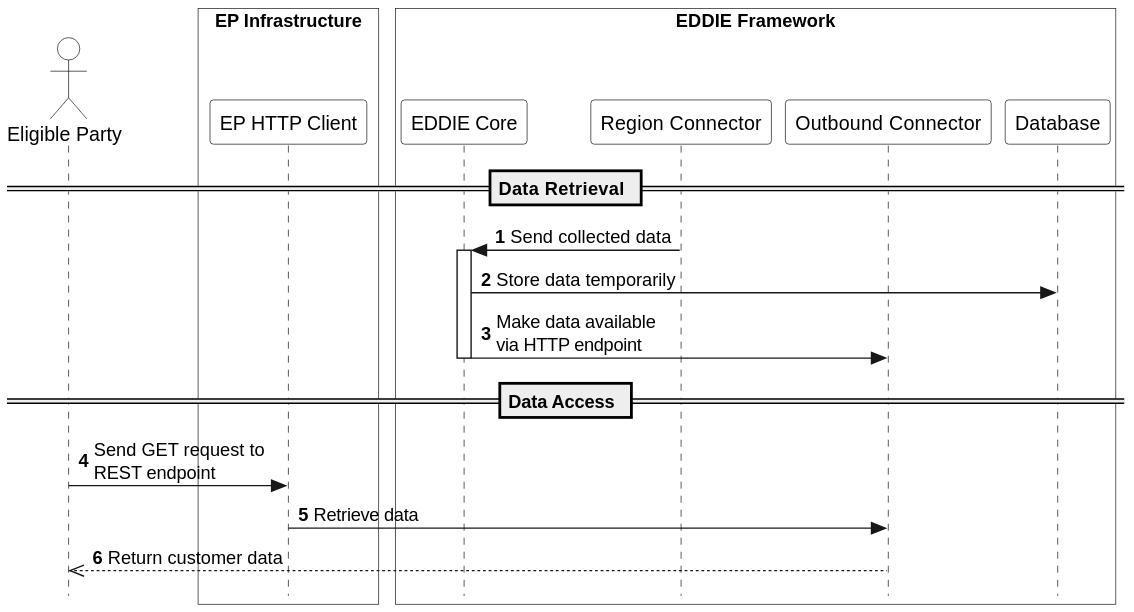
Above: arc42/eddie-framework/runtime-view/figures/eddie-framework-collect-data-http.svg in eddie-energy/architecture (PlantUML), before the change. Source of this version:
```plantuml
@startuml
skinparam style strictuml
skinparam sequence {
  ParticipantBackgroundColor transparent
  ActorBackgroundColor transparent
}

autonumber
!pragma teoz true

actor "Eligible Party" as ep

box "EP Infrastructure" #transparent
  participant "EP HTTP Client" as httpClient
end box

box "EDDIE Framework" #transparent
  participant "EDDIE Core" as eddie
  participant "Region Connector" as rc
  participant "Outbound Connector" as restOC
  participant "Database" as db
end box

== Data Retrieval ==
rc -> eddie : Send collected data
activate eddie
eddie -> db : Store data temporarily
eddie -> restOC : Make data available\nvia HTTP endpoint
deactivate eddie

== Data Access ==
ep -> httpClient : Send GET request to\nREST endpoint
httpClient -> restOC : Retrieve data
restOC -->> ep : Return customer data
@enduml
```
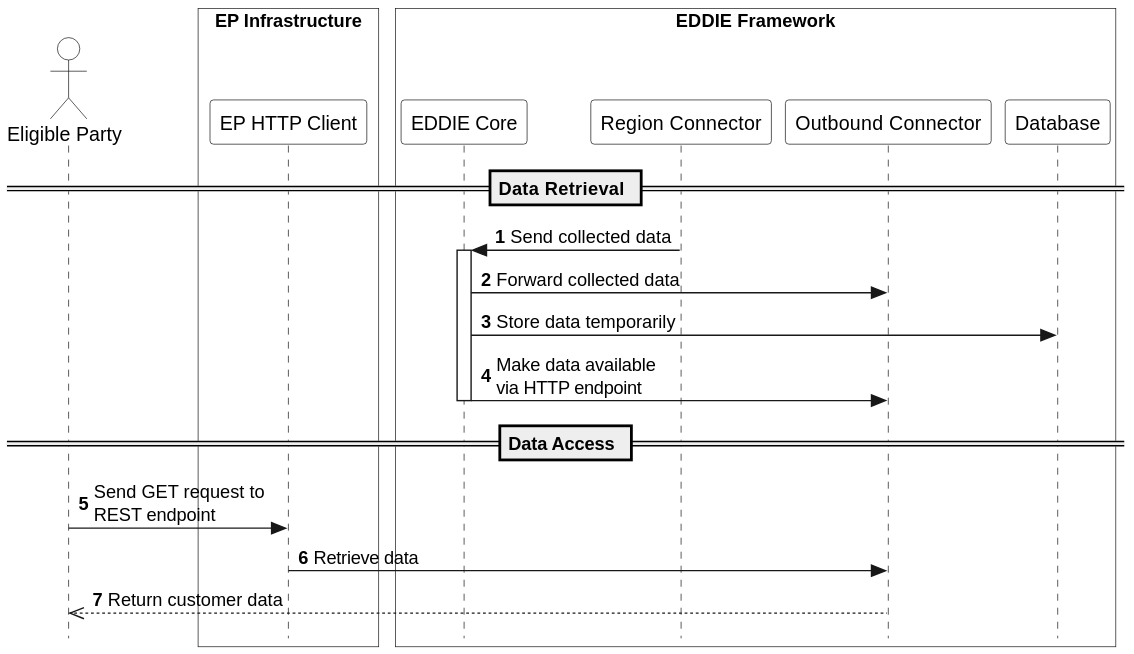
The same file after the commit.

The edit, as a diff of the source:
```diff
@@ -24,6 +24,7 @@
 == Data Retrieval ==
 rc -> eddie : Send collected data
 activate eddie
+eddie -> restOC : Forward collected data
 eddie -> db : Store data temporarily
 eddie -> restOC : Make data available\nvia HTTP endpoint
 deactivate eddie
```
